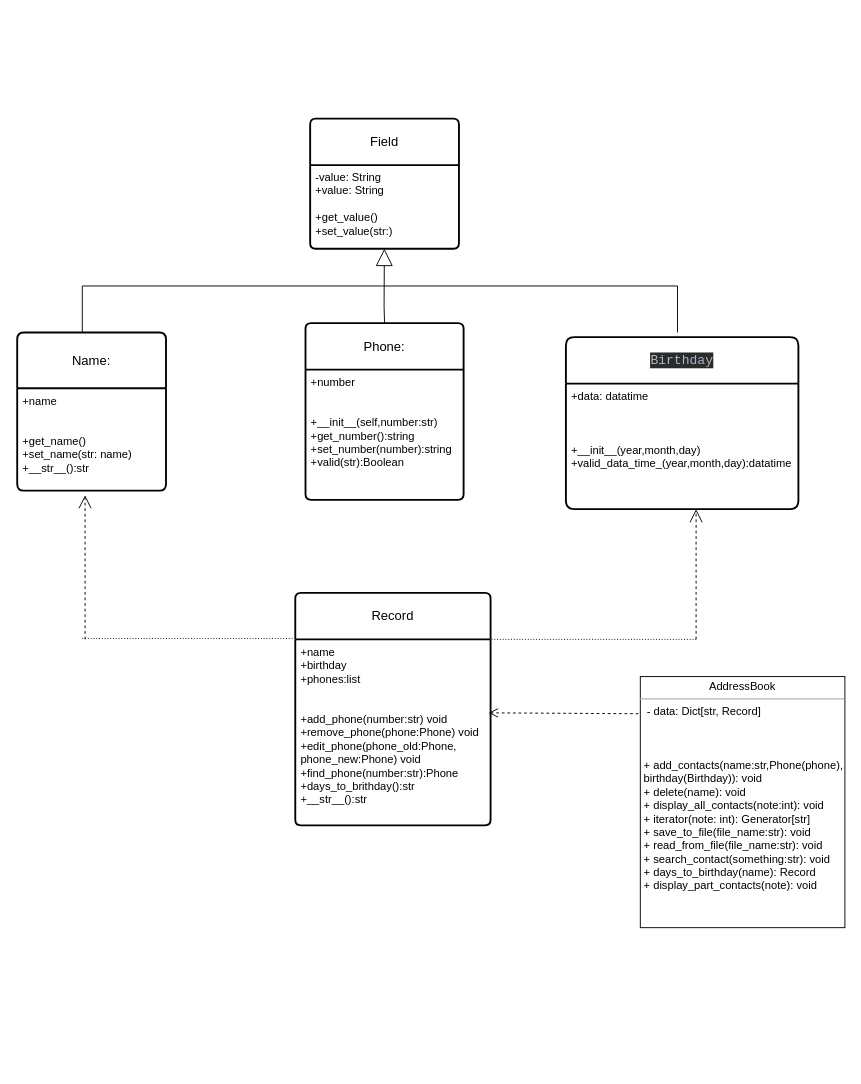
Above: Диаграмма без названия.drawio in IVadymMarchenko/First_repo1 (draw.io), before the change. Source tidied: cells renumbered, new cells numbered last; positions are measured from the earlier drawing's top-left corner, leaving out a move shared by most shapes. Both pictures are drawn from the tidied source at 93%, with x=0, y=0 at pixel (17, 118).
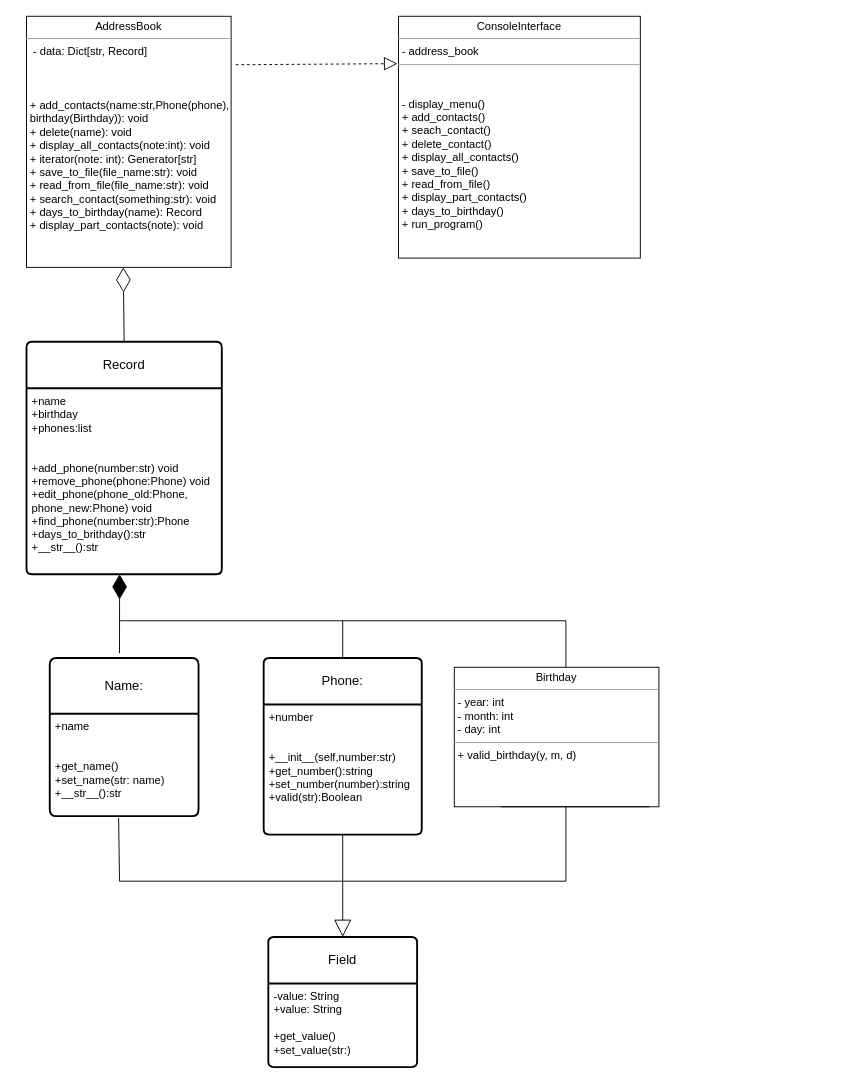
Above is the later version.

The change refers to these unchanged cells:
```xml
<mxCell id="3" value="-value: String&lt;br&gt;+value: String&lt;br&gt;&lt;br&gt;+get_value()&lt;br&gt;+set_value(str:)&amp;nbsp;" style="align=left;strokeColor=none;fillColor=none;spacingLeft=4;fontSize=12;verticalAlign=top;html=1;" parent="2" vertex="1">
  <mxGeometry y="50" width="160" height="90" as="geometry" />
</mxCell>
<mxCell id="5" value="+name&lt;br&gt;&lt;br&gt;&lt;br&gt;+get_name()&lt;br&gt;+set_name(str: name)&lt;br&gt;+__str__():str" style="align=left;strokeColor=none;fillColor=none;spacingLeft=4;fontSize=12;verticalAlign=top;html=1;" parent="4" vertex="1">
  <mxGeometry y="60" width="160" height="110" as="geometry" />
</mxCell>
<mxCell id="7" value="+number&lt;br&gt;&lt;br&gt;&lt;br&gt;+__init__(self,number:str)&lt;br&gt;+get_number():string&lt;br&gt;+set_number(number):string&lt;br&gt;+valid(str):Boolean" style="align=left;strokeColor=none;fillColor=none;spacingLeft=4;fontSize=12;verticalAlign=top;html=1;" parent="6" vertex="1">
  <mxGeometry y="50" width="170" height="140" as="geometry" />
</mxCell>
<mxCell id="11" value="+name&lt;br&gt;+birthday&lt;br&gt;+phones:list&lt;br&gt;&lt;br&gt;&lt;br&gt;+add_phone(number:str) void&lt;br&gt;+remove_phone(phone:Phone) void&lt;br&gt;+edit_phone(phone_old:Phone,&lt;br&gt;phone_new:Phone) void&lt;br&gt;+find_phone(number:str):Phone&lt;br&gt;+days_to_brithday():str&lt;br&gt;+__str__():str" style="align=left;strokeColor=none;fillColor=none;spacingLeft=4;fontSize=12;verticalAlign=top;html=1;" parent="10" vertex="1">
  <mxGeometry y="50" width="210" height="200" as="geometry" />
</mxCell>
```

Change to the diagram source:
```diff
@@
     <mxCell id="2" value="Field" style="swimlane;horizontal=1;startSize=50;rounded=1;fontSize=14;fontStyle=0;strokeWidth=2;shadow=0;dashed=0;align=center;arcSize=4;whiteSpace=wrap;html=1;" parent="1" vertex="1">
-      <mxGeometry x="315" width="160" height="140" as="geometry" />
+      <mxGeometry x="270" y="880" width="160" height="140" as="geometry" />
     </mxCell>
@@
     <mxCell id="4" value="Name:" style="swimlane;horizontal=1;startSize=60;rounded=1;fontSize=14;fontStyle=0;strokeWidth=2;shadow=0;dashed=0;align=center;arcSize=4;whiteSpace=wrap;html=1;" parent="1" vertex="1">
-      <mxGeometry y="230" width="160" height="170" as="geometry" />
+      <mxGeometry x="35" y="580" width="160" height="170" as="geometry" />
     </mxCell>
@@
     <mxCell id="6" value="Phone:" style="swimlane;horizontal=1;startSize=50;rounded=1;fontSize=14;fontStyle=0;strokeWidth=2;shadow=0;dashed=0;align=center;arcSize=4;whiteSpace=wrap;html=1;" parent="1" vertex="1">
-      <mxGeometry x="310" y="220" width="170" height="190" as="geometry" />
+      <mxGeometry x="265" y="580" width="170" height="190" as="geometry" />
     </mxCell>
@@
-    <mxCell id="8" value="&lt;pre style=&quot;background-color:#2b2b2b;color:#a9b7c6;font-family:'JetBrains Mono',monospace;font-size:11,3pt;&quot;&gt;Birthday&lt;/pre&gt;" style="swimlane;horizontal=1;startSize=50;rounded=1;fontSize=14;fontStyle=0;strokeWidth=2;shadow=0;dashed=0;align=center;arcSize=6;whiteSpace=wrap;html=1;strokeColor=#000000;" parent="1" vertex="1">
-      <mxGeometry x="590" y="235" width="250" height="185" as="geometry" />
-    </mxCell>
-    <mxCell id="9" value="+data: datatime&lt;br&gt;&lt;br&gt;&lt;br&gt;&lt;br&gt;+__init__(year,month,day)&lt;br&gt;+valid_data_time_(year,month,day):datatime" style="align=left;strokeColor=none;fillColor=none;spacingLeft=4;fontSize=12;verticalAlign=top;html=1;" parent="8" vertex="1">
-      <mxGeometry y="50" width="250" height="135" as="geometry" />
-    </mxCell>
     <mxCell id="10" value="Record" style="swimlane;horizontal=1;startSize=50;rounded=1;fontSize=14;fontStyle=0;strokeWidth=2;shadow=0;dashed=0;align=center;arcSize=4;whiteSpace=wrap;html=1;" parent="1" vertex="1">
-      <mxGeometry x="299" y="510" width="210" height="250" as="geometry" />
+      <mxGeometry x="10" y="240" width="210" height="250" as="geometry" />
     </mxCell>
@@
-    <mxCell id="12" style="endArrow=block;endSize=16;endFill=0;html=1;rounded=0;exitX=0.5;exitY=0;exitDx=0;exitDy=0;" parent="1" edge="1" source="6" target="3">
-      <mxGeometry relative="1" as="geometry">
-        <Array as="points">
-          <mxPoint x="394.5" y="202" />
-        </Array>
-      </mxGeometry>
-    </mxCell>
-    <mxCell id="13" style="endArrow=none;html=1;rounded=0;" parent="1" edge="1">
-      <mxGeometry relative="1" as="geometry">
-        <mxPoint x="70" y="180" as="sourcePoint" />
-        <mxPoint x="710" y="180" as="targetPoint" />
-      </mxGeometry>
-    </mxCell>
-    <mxCell id="14" style="endArrow=none;html=1;rounded=0;" parent="1" edge="1">
-      <mxGeometry relative="1" as="geometry">
-        <mxPoint x="70" y="230" as="sourcePoint" />
-        <mxPoint x="70" y="180" as="targetPoint" />
-        <Array as="points">
-          <mxPoint x="70" y="180" />
-        </Array>
-      </mxGeometry>
-    </mxCell>
-    <mxCell id="15" style="html=1;whiteSpace=wrap;align=right;verticalAlign=bottom;" parent="14" vertex="1">
-      <mxGeometry x="1" relative="1" as="geometry" />
-    </mxCell>
-    <mxCell id="16" style="endArrow=none;html=1;rounded=0;" parent="1" edge="1">
-      <mxGeometry relative="1" as="geometry">
-        <mxPoint x="710" y="230" as="sourcePoint" />
-        <mxPoint x="710" y="180" as="targetPoint" />
-      </mxGeometry>
-    </mxCell>
     <mxCell id="17" value="&lt;p style=&quot;margin:0px;margin-top:4px;text-align:center;&quot;&gt; AddressBook&lt;br&gt;&lt;/p&gt;&lt;hr size=&quot;1&quot;&gt;&lt;p style=&quot;margin:0px;margin-left:4px;&quot;&gt;&amp;nbsp;- data: Dict[str, Record]&lt;br&gt;&lt;br&gt;&lt;/p&gt;&lt;p style=&quot;margin:0px;margin-left:4px;&quot;&gt;&lt;br&gt;&lt;/p&gt;&lt;p style=&quot;margin:0px;margin-left:4px;&quot;&gt;&lt;br&gt;&lt;/p&gt;&lt;p style=&quot;margin:0px;margin-left:4px;&quot;&gt;+ add_contacts(name:str,Phone(phone),&lt;/p&gt;&lt;p style=&quot;margin:0px;margin-left:4px;&quot;&gt;birthday(Birthday)): void&lt;br&gt;+ delete(name): void&amp;nbsp;&lt;br&gt;+ display_all_contacts(note:int): void&lt;br&gt;+ iterator(note: int): Generator[str]&lt;br&gt;+ save_to_file(file_name:str): void&lt;br&gt;+ read_from_file(file_name:str): void&lt;br&gt;+ search_contact(something:str): void&lt;br&gt;+ days_to_birthday(name): Record&lt;br&gt;+ display_part_contacts(note): void&lt;br&gt;&lt;/p&gt;" style="verticalAlign=top;align=left;overflow=fill;fontSize=12;fontFamily=Helvetica;html=1;whiteSpace=wrap;" parent="1" vertex="1">
-      <mxGeometry x="670" y="600" width="220" height="270" as="geometry" />
+      <mxGeometry x="10" y="-110" width="220" height="270" as="geometry" />
     </mxCell>
-    <mxCell id="18" style="endArrow=open;endSize=12;dashed=1;html=1;rounded=0;" parent="1" edge="1">
-      <mxGeometry relative="1" as="geometry">
-        <mxPoint x="730" y="560" as="sourcePoint" />
-        <mxPoint x="730" y="420" as="targetPoint" />
-      </mxGeometry>
-    </mxCell>
-    <mxCell id="19" style="endArrow=none;html=1;rounded=0;dashed=1;dashPattern=1 2;exitX=1.005;exitY=0.2;exitDx=0;exitDy=0;exitPerimeter=0;" parent="1" edge="1" source="10">
-      <mxGeometry relative="1" as="geometry">
-        <mxPoint x="730" y="560" as="targetPoint" />
-      </mxGeometry>
-    </mxCell>
-    <mxCell id="20" style="html=1;whiteSpace=wrap;align=left;verticalAlign=bottom;" parent="19" vertex="1">
-      <mxGeometry x="-1" relative="1" as="geometry" />
-    </mxCell>
-    <mxCell id="21" style="html=1;whiteSpace=wrap;align=right;verticalAlign=bottom;" parent="19" vertex="1">
-      <mxGeometry x="1" relative="1" as="geometry" />
-    </mxCell>
-    <mxCell id="22" style="endArrow=open;endSize=12;dashed=1;html=1;rounded=0;entryX=0.456;entryY=1.045;entryDx=0;entryDy=0;entryPerimeter=0;" parent="1" edge="1" target="5">
-      <mxGeometry relative="1" as="geometry">
-        <mxPoint x="73" y="560" as="sourcePoint" />
-      </mxGeometry>
-    </mxCell>
-    <mxCell id="23" style="endArrow=none;html=1;rounded=0;dashed=1;dashPattern=1 2;entryX=-0.014;entryY=0.196;entryDx=0;entryDy=0;entryPerimeter=0;" parent="1" edge="1" target="10">
-      <mxGeometry relative="1" as="geometry">
-        <mxPoint x="70" y="559" as="sourcePoint" />
-      </mxGeometry>
-    </mxCell>
-    <mxCell id="24" style="html=1;whiteSpace=wrap;align=right;verticalAlign=bottom;" parent="23" vertex="1">
-      <mxGeometry x="1" relative="1" as="geometry" />
-    </mxCell>
-    <mxCell id="25" style="html=1;verticalAlign=bottom;endArrow=open;dashed=1;endSize=8;curved=0;rounded=0;entryX=0.99;entryY=0.395;entryDx=0;entryDy=0;entryPerimeter=0;exitX=-0.009;exitY=0.148;exitDx=0;exitDy=0;exitPerimeter=0;" parent="1" edge="1" source="17" target="11">
-      <mxGeometry relative="1" as="geometry" />
-    </mxCell>
+    <mxCell id="26" value="&lt;p style=&quot;margin:0px;margin-top:4px;text-align:center;&quot;&gt;ConsoleInterface&lt;br&gt;&lt;/p&gt;&lt;hr size=&quot;1&quot;&gt;&lt;p style=&quot;margin:0px;margin-left:4px;&quot;&gt;- address_book &lt;br&gt;&lt;/p&gt;&lt;hr size=&quot;1&quot;&gt;&lt;p style=&quot;margin:0px;margin-left:4px;&quot;&gt;&lt;br&gt;&lt;/p&gt;&lt;p style=&quot;margin:0px;margin-left:4px;&quot;&gt;&lt;br&gt;- display_menu() &lt;br&gt;&lt;/p&gt;&lt;p style=&quot;margin:0px;margin-left:4px;&quot;&gt;+ add_contacts()  &lt;br&gt;&lt;/p&gt;&lt;p style=&quot;margin:0px;margin-left:4px;&quot;&gt; + seach_contact() &lt;br&gt;&lt;/p&gt;&lt;p style=&quot;margin:0px;margin-left:4px;&quot;&gt; + delete_contact()&lt;br&gt;&lt;/p&gt;&lt;p style=&quot;margin:0px;margin-left:4px;&quot;&gt; + display_all_contacts()&lt;br&gt;&lt;/p&gt;&lt;p style=&quot;margin:0px;margin-left:4px;&quot;&gt; + save_to_file() &lt;br&gt;&lt;/p&gt;&lt;p style=&quot;margin:0px;margin-left:4px;&quot;&gt; + read_from_file()&lt;br&gt;&lt;/p&gt;&lt;p style=&quot;margin:0px;margin-left:4px;&quot;&gt;+ display_part_contacts()&lt;br&gt;&lt;/p&gt;&lt;p style=&quot;margin:0px;margin-left:4px;&quot;&gt;+ days_to_birthday()&lt;br&gt;&lt;/p&gt;&lt;p style=&quot;margin:0px;margin-left:4px;&quot;&gt; + run_program() &lt;br&gt;&lt;/p&gt;" style="verticalAlign=top;align=left;overflow=fill;fontSize=12;fontFamily=Helvetica;html=1;whiteSpace=wrap;" parent="1" vertex="1">
+      <mxGeometry x="410" y="-110" width="260" height="260" as="geometry" />
+    </mxCell>
+    <mxCell id="27" value="&lt;p style=&quot;margin:0px;margin-top:4px;text-align:center;&quot;&gt;Birthday&lt;br&gt;&lt;/p&gt;&lt;hr size=&quot;1&quot;&gt;&lt;p style=&quot;margin:0px;margin-left:4px;&quot;&gt;- year: int &lt;br&gt;- month: int&lt;br&gt;&lt;/p&gt;&lt;p style=&quot;margin:0px;margin-left:4px;&quot;&gt;- day: int &lt;br&gt;&lt;/p&gt;&lt;hr size=&quot;1&quot;&gt;&lt;p style=&quot;margin:0px;margin-left:4px;&quot;&gt;+ valid_birthday(y, m, d)&lt;br&gt;&lt;/p&gt;" style="verticalAlign=top;align=left;overflow=fill;fontSize=12;fontFamily=Helvetica;html=1;whiteSpace=wrap;" parent="1" vertex="1">
+      <mxGeometry x="470" y="590" width="220" height="150" as="geometry" />
+    </mxCell>
+    <mxCell id="28" style="endArrow=diamondThin;endFill=0;endSize=24;html=1;rounded=0;exitX=0.5;exitY=0;exitDx=0;exitDy=0;entryX=0.473;entryY=1;entryDx=0;entryDy=0;entryPerimeter=0;" parent="1" edge="1" source="10" target="17">
+      <mxGeometry relative="1" as="geometry" />
+    </mxCell>
+    <mxCell id="29" style="endArrow=diamondThin;endFill=1;endSize=24;html=1;rounded=0;entryX=0.456;entryY=1.056;entryDx=0;entryDy=0;entryPerimeter=0;" parent="1" edge="1">
+      <mxGeometry relative="1" as="geometry">
+        <mxPoint x="110" y="575" as="sourcePoint" />
+        <mxPoint x="110.1" y="490" as="targetPoint" />
+      </mxGeometry>
+    </mxCell>
+    <mxCell id="30" style="endArrow=none;html=1;rounded=0;" parent="1" edge="1">
+      <mxGeometry relative="1" as="geometry">
+        <mxPoint x="110" y="540" as="sourcePoint" />
+        <mxPoint x="590" y="540" as="targetPoint" />
+        <Array as="points">
+          <mxPoint x="590" y="540" />
+        </Array>
+      </mxGeometry>
+    </mxCell>
+    <mxCell id="31" style="endArrow=none;html=1;rounded=0;" parent="1" edge="1">
+      <mxGeometry relative="1" as="geometry">
+        <mxPoint x="590" y="590" as="sourcePoint" />
+        <mxPoint x="590" y="540" as="targetPoint" />
+      </mxGeometry>
+    </mxCell>
+    <mxCell id="32" style="endArrow=none;html=1;rounded=0;entryX=0.5;entryY=0;entryDx=0;entryDy=0;" parent="1" edge="1" target="6">
+      <mxGeometry relative="1" as="geometry">
+        <mxPoint x="350" y="540" as="sourcePoint" />
+      </mxGeometry>
+    </mxCell>
+    <mxCell id="33" style="endArrow=block;endSize=16;endFill=0;html=1;rounded=0;exitX=0.5;exitY=1;exitDx=0;exitDy=0;" parent="1" edge="1" source="7">
+      <mxGeometry relative="1" as="geometry">
+        <mxPoint x="350" y="880" as="targetPoint" />
+      </mxGeometry>
+    </mxCell>
+    <mxCell id="34" style="endArrow=none;html=1;rounded=0;" parent="1" edge="1">
+      <mxGeometry relative="1" as="geometry">
+        <mxPoint x="110" y="820" as="sourcePoint" />
+        <mxPoint x="590" y="820" as="targetPoint" />
+        <Array as="points">
+          <mxPoint x="590" y="820" />
+        </Array>
+      </mxGeometry>
+    </mxCell>
+    <mxCell id="35" style="endArrow=none;html=1;rounded=0;" parent="1" edge="1">
+      <mxGeometry relative="1" as="geometry">
+        <mxPoint x="520" y="740" as="sourcePoint" />
+        <mxPoint x="680" y="740" as="targetPoint" />
+      </mxGeometry>
+    </mxCell>
+    <mxCell id="36" style="endArrow=none;html=1;rounded=0;" parent="1" edge="1">
+      <mxGeometry relative="1" as="geometry">
+        <mxPoint x="590" y="820" as="sourcePoint" />
+        <mxPoint x="590" y="740" as="targetPoint" />
+      </mxGeometry>
+    </mxCell>
+    <mxCell id="37" style="endArrow=none;html=1;rounded=0;entryX=0.463;entryY=1.018;entryDx=0;entryDy=0;entryPerimeter=0;" parent="1" edge="1" target="5">
+      <mxGeometry relative="1" as="geometry">
+        <mxPoint x="110" y="820" as="sourcePoint" />
+      </mxGeometry>
+    </mxCell>
+    <mxCell id="38" style="endArrow=block;dashed=1;endFill=0;endSize=12;html=1;rounded=0;exitX=1.023;exitY=0.193;exitDx=0;exitDy=0;exitPerimeter=0;entryX=-0.004;entryY=0.196;entryDx=0;entryDy=0;entryPerimeter=0;" parent="1" edge="1" source="17" target="26">
+      <mxGeometry relative="1" as="geometry" />
+    </mxCell>
```
